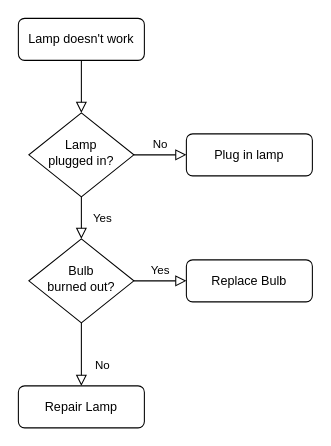
The draw.io diagram 제목 없는 다이어그램.drawio in pkwoo9348/flowchartKP, before the edit. Source tidied: cells renumbered, new cells numbered last; positions are measured from the earlier drawing's top-left corner, leaving out a move shared by most shapes. Both pictures are drawn from the tidied source at 105%, with x=0, y=0 at pixel (18, 18).
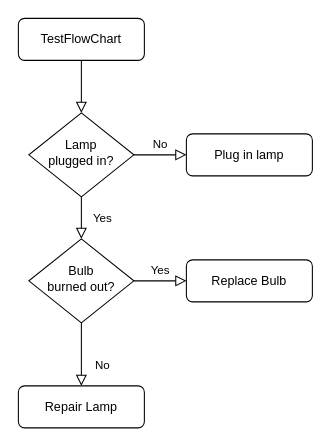
The same diagram, later.

Commit message:
제목 없는 다이어그램.drawio 업데이트

The edit, as a diff of the source:
```diff
@@
 <mxGraphModel>
   <root>
     <mxCell id="0" />
     <mxCell id="1" parent="0" />
     <mxCell id="2" style="rounded=0;html=1;jettySize=auto;fontSize=11;endArrow=block;endFill=0;endSize=8;strokeWidth=1;shadow=0;labelBackgroundColor=none;edgeStyle=orthogonalEdgeStyle;" parent="1" edge="1" source="3" target="6">
       <mxGeometry relative="1" as="geometry" />
     </mxCell>
-    <mxCell id="3" value="Lamp doesn't work" style="rounded=1;whiteSpace=wrap;html=1;fontSize=12;glass=0;strokeWidth=1;shadow=0;" parent="1" vertex="1">
+    <mxCell id="3" value="TestFlowChart" style="rounded=1;whiteSpace=wrap;html=1;fontSize=12;glass=0;strokeWidth=1;shadow=0;" parent="1" vertex="1">
       <mxGeometry width="120" height="40" as="geometry" />
     </mxCell>
     <mxCell id="4" value="Yes" style="rounded=0;html=1;jettySize=auto;fontSize=11;endArrow=block;endFill=0;endSize=8;strokeWidth=1;shadow=0;labelBackgroundColor=none;edgeStyle=orthogonalEdgeStyle;" parent="1" edge="1" source="6" target="10">
       <mxGeometry y="20" relative="1" as="geometry" />
     </mxCell>
     <mxCell id="5" value="No" style="edgeStyle=orthogonalEdgeStyle;rounded=0;html=1;jettySize=auto;fontSize=11;endArrow=block;endFill=0;endSize=8;strokeWidth=1;shadow=0;labelBackgroundColor=none;" parent="1" edge="1" source="6" target="7">
       <mxGeometry y="10" relative="1" as="geometry" />
     </mxCell>
     <mxCell id="6" value="Lamp&lt;br&gt;plugged in?" style="rhombus;whiteSpace=wrap;html=1;shadow=0;fontFamily=Helvetica;fontSize=12;align=center;strokeWidth=1;spacing=6;spacingTop=-4;" parent="1" vertex="1">
       <mxGeometry x="10" y="90" width="100" height="80" as="geometry" />
     </mxCell>
     <mxCell id="7" value="Plug in lamp" style="rounded=1;whiteSpace=wrap;html=1;fontSize=12;glass=0;strokeWidth=1;shadow=0;" parent="1" vertex="1">
       <mxGeometry x="160" y="110" width="120" height="40" as="geometry" />
     </mxCell>
     <mxCell id="8" value="No" style="rounded=0;html=1;jettySize=auto;fontSize=11;endArrow=block;endFill=0;endSize=8;strokeWidth=1;shadow=0;labelBackgroundColor=none;edgeStyle=orthogonalEdgeStyle;" parent="1" edge="1" source="10" target="11">
       <mxGeometry x="0.33" y="20" relative="1" as="geometry" />
     </mxCell>
     <mxCell id="9" value="Yes" style="edgeStyle=orthogonalEdgeStyle;rounded=0;html=1;jettySize=auto;fontSize=11;endArrow=block;endFill=0;endSize=8;strokeWidth=1;shadow=0;labelBackgroundColor=none;" parent="1" edge="1" source="10" target="12">
       <mxGeometry y="10" relative="1" as="geometry" />
     </mxCell>
     <mxCell id="10" value="Bulb&lt;br&gt;burned out?" style="rhombus;whiteSpace=wrap;html=1;shadow=0;fontFamily=Helvetica;fontSize=12;align=center;strokeWidth=1;spacing=6;spacingTop=-4;" parent="1" vertex="1">
       <mxGeometry x="10" y="210" width="100" height="80" as="geometry" />
     </mxCell>
     <mxCell id="11" value="Repair Lamp" style="rounded=1;whiteSpace=wrap;html=1;fontSize=12;glass=0;strokeWidth=1;shadow=0;" parent="1" vertex="1">
       <mxGeometry y="350" width="120" height="40" as="geometry" />
     </mxCell>
     <mxCell id="12" value="Replace Bulb" style="rounded=1;whiteSpace=wrap;html=1;fontSize=12;glass=0;strokeWidth=1;shadow=0;" parent="1" vertex="1">
       <mxGeometry x="160" y="230" width="120" height="40" as="geometry" />
     </mxCell>
   </root>
 </mxGraphModel>
```
